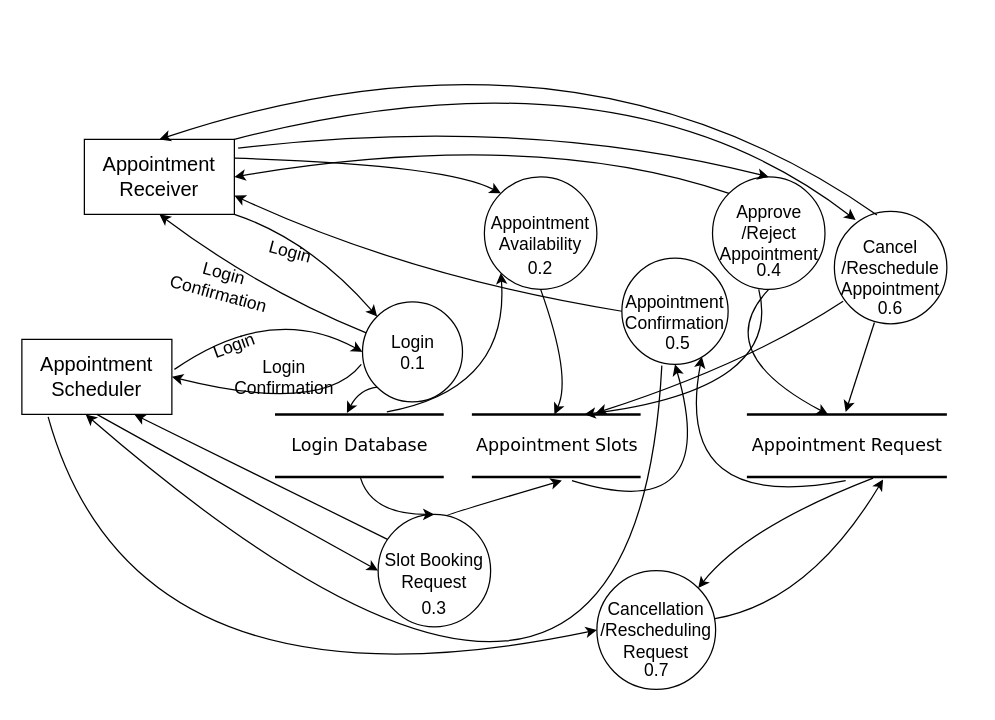
The draw.io diagram DataFlow Diagram (Level-1).drawio in Yash7200/CP-1, before the edit. Source tidied: cells renumbered, new cells numbered last; positions are measured from the earlier drawing's top-left corner, leaving out a move shared by most shapes. Both pictures are drawn from the tidied source at 125%, with x=0, y=0 at pixel (21, 1).
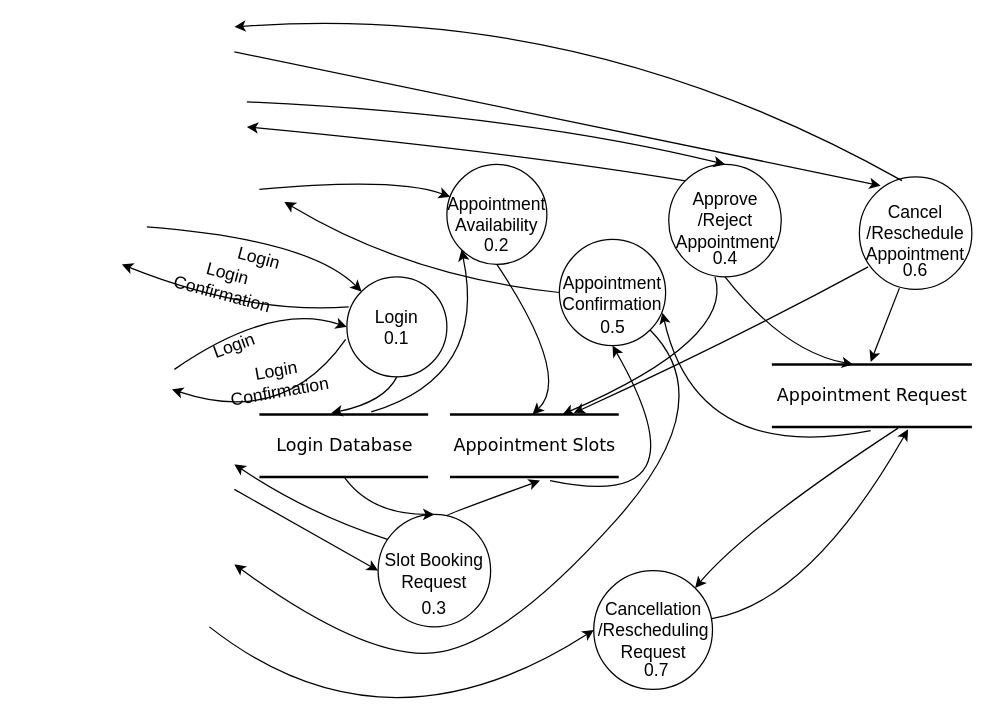
The same page after the edit.

Unchanged cells that the change refers to:
```xml
<mxCell id="20" value="&lt;div&gt;Slot Booking Request&lt;br&gt;&lt;/div&gt;" style="ellipse;whiteSpace=wrap;html=1;fillColor=none;fontSize=14;" parent="1" vertex="1">
  <mxGeometry x="285" y="410" width="90" height="90" as="geometry" />
</mxCell>
```

What changed in the source:
```diff
@@
-    <mxCell id="2" value="Appointment Scheduler" style="rounded=0;whiteSpace=wrap;html=1;fontSize=16;fillColor=none;" parent="1" vertex="1">
-      <mxGeometry y="270" width="120" height="60" as="geometry" />
-    </mxCell>
-    <mxCell id="3" style="curved=1;endArrow=classic;html=1;rounded=0;fontSize=14;exitX=1.017;exitY=0.4;exitDx=0;exitDy=0;entryX=0;entryY=0.5;entryDx=0;entryDy=0;exitPerimeter=0;" parent="1" edge="1" source="2" target="4">
+    <mxCell id="3" style="curved=1;endArrow=classic;html=1;rounded=0;fontSize=14;exitX=1.017;exitY=0.4;exitDx=0;exitDy=0;entryX=0;entryY=0.5;entryDx=0;entryDy=0;exitPerimeter=0;" parent="1" edge="1" target="4">
       <mxGeometry relative="1" as="geometry">
+        <mxPoint x="122" y="294" as="sourcePoint" />
         <Array as="points">
           <mxPoint x="200" y="240" />
         </Array>
       </mxGeometry>
     </mxCell>
     <mxCell id="4" value="&lt;div&gt;Login&lt;/div&gt;&lt;div&gt;0.1&lt;br&gt;&lt;/div&gt;" style="ellipse;whiteSpace=wrap;html=1;fillColor=none;fontSize=14;" parent="1" vertex="1">
-      <mxGeometry x="272.5" y="240" width="80" height="80" as="geometry" />
+      <mxGeometry x="260" y="220" width="80" height="80" as="geometry" />
     </mxCell>
-    <mxCell id="5" style="curved=1;endArrow=classic;html=1;rounded=0;fontSize=14;exitX=-0.012;exitY=0.625;exitDx=0;exitDy=0;entryX=1;entryY=0.5;entryDx=0;entryDy=0;exitPerimeter=0;" parent="1" edge="1" source="4" target="2">
+    <mxCell id="5" style="curved=1;endArrow=classic;html=1;rounded=0;fontSize=14;exitX=-0.012;exitY=0.625;exitDx=0;exitDy=0;exitPerimeter=0;" parent="1" edge="1" source="4">
       <mxGeometry relative="1" as="geometry">
+        <mxPoint x="120" y="310" as="targetPoint" />
         <Array as="points">
-          <mxPoint x="240" y="330" />
+          <mxPoint x="210" y="340" />
         </Array>
       </mxGeometry>
     </mxCell>
     <mxCell id="6" value="Login Database" style="html=1;rounded=0;shadow=0;comic=0;labelBackgroundColor=none;strokeWidth=2;fontFamily=Verdana;fontSize=14;align=center;shape=mxgraph.ios7ui.horLines;fillColor=none;" parent="1" vertex="1">
-      <mxGeometry x="202.5" y="330" width="135" height="50" as="geometry" />
+      <mxGeometry x="190" y="330" width="135" height="50" as="geometry" />
     </mxCell>
-    <mxCell id="7" style="curved=1;endArrow=classic;html=1;rounded=0;fontSize=14;entryX=0.426;entryY=-0.02;entryDx=0;entryDy=0;entryPerimeter=0;exitX=0;exitY=1;exitDx=0;exitDy=0;" parent="1" edge="1" source="4" target="6">
+    <mxCell id="7" style="curved=1;endArrow=classic;html=1;rounded=0;fontSize=14;entryX=0.426;entryY=-0.02;entryDx=0;entryDy=0;entryPerimeter=0;exitX=0.5;exitY=1;exitDx=0;exitDy=0;" parent="1" edge="1" source="4" target="6">
       <mxGeometry relative="1" as="geometry">
         <Array as="points">
-          <mxPoint x="270" y="310" />
+          <mxPoint x="290" y="320" />
         </Array>
       </mxGeometry>
     </mxCell>
-    <mxCell id="8" style="curved=1;endArrow=classic;html=1;rounded=0;fontSize=14;exitX=1;exitY=0.25;exitDx=0;exitDy=0;entryX=0;entryY=0;entryDx=0;entryDy=0;" parent="1" edge="1" source="11" target="15">
+    <mxCell id="8" style="curved=1;endArrow=classic;html=1;rounded=0;fontSize=14;" parent="1" edge="1" target="15">
       <mxGeometry relative="1" as="geometry">
+        <mxPoint x="190" y="150" as="sourcePoint" />
         <Array as="points">
-          <mxPoint x="340" y="130" />
+          <mxPoint x="300" y="140" />
         </Array>
       </mxGeometry>
     </mxCell>
@@
-    <mxCell id="10" value="Login Confirmation" style="text;html=1;strokeColor=none;fillColor=none;align=center;verticalAlign=middle;whiteSpace=wrap;rounded=0;fontSize=14;rotation=0;" parent="1" vertex="1">
-      <mxGeometry x="170" y="285" width="80" height="30" as="geometry" />
+    <mxCell id="10" value="Login Confirmation" style="text;html=1;strokeColor=none;fillColor=none;align=center;verticalAlign=middle;whiteSpace=wrap;rounded=0;fontSize=14;rotation=-10;" parent="1" vertex="1">
+      <mxGeometry x="165" y="287.5" width="80" height="30" as="geometry" />
     </mxCell>
-    <mxCell id="11" value="Appointment Receiver" style="rounded=0;whiteSpace=wrap;html=1;fontSize=16;fillColor=none;" parent="1" vertex="1">
-      <mxGeometry x="50" y="110" width="120" height="60" as="geometry" />
-    </mxCell>
-    <mxCell id="12" style="curved=1;endArrow=classic;html=1;rounded=0;fontSize=14;exitX=1;exitY=1;exitDx=0;exitDy=0;entryX=0;entryY=0;entryDx=0;entryDy=0;" parent="1" edge="1" source="11" target="4">
+    <mxCell id="12" style="curved=1;endArrow=classic;html=1;rounded=0;fontSize=14;entryX=0;entryY=0;entryDx=0;entryDy=0;" parent="1" edge="1" target="4">
       <mxGeometry relative="1" as="geometry">
+        <mxPoint x="100" y="180" as="sourcePoint" />
         <Array as="points">
           <mxPoint x="230" y="190" />
         </Array>
       </mxGeometry>
     </mxCell>
-    <mxCell id="13" style="curved=1;endArrow=classic;html=1;rounded=0;fontSize=14;entryX=0.5;entryY=1;entryDx=0;entryDy=0;" parent="1" edge="1" source="4" target="11">
+    <mxCell id="13" style="curved=1;endArrow=classic;html=1;rounded=0;fontSize=14;exitX=0.019;exitY=0.3;exitDx=0;exitDy=0;exitPerimeter=0;" parent="1" edge="1" source="4">
       <mxGeometry relative="1" as="geometry">
+        <mxPoint x="80" y="210" as="targetPoint" />
         <Array as="points">
-          <mxPoint x="190" y="230" />
+          <mxPoint x="180" y="250" />
         </Array>
       </mxGeometry>
     </mxCell>
     <mxCell id="14" value="Appointment Slots" style="html=1;rounded=0;shadow=0;comic=0;labelBackgroundColor=none;strokeWidth=2;fontFamily=Verdana;fontSize=14;align=center;shape=mxgraph.ios7ui.horLines;fillColor=none;" parent="1" vertex="1">
-      <mxGeometry x="360" y="330" width="135" height="50" as="geometry" />
+      <mxGeometry x="342.5" y="330" width="135" height="50" as="geometry" />
     </mxCell>
     <mxCell id="15" value="&lt;div&gt;Appointment&lt;/div&gt;&lt;div&gt;Availability&lt;br&gt;&lt;/div&gt;" style="ellipse;whiteSpace=wrap;html=1;fillColor=none;fontSize=14;" parent="1" vertex="1">
-      <mxGeometry x="370" y="140" width="90" height="90" as="geometry" />
+      <mxGeometry x="340" y="130" width="80" height="80" as="geometry" />
     </mxCell>
     <mxCell id="16" value="Login" style="text;html=1;strokeColor=none;fillColor=none;align=center;verticalAlign=middle;whiteSpace=wrap;rounded=0;fontSize=14;rotation=15;" parent="1" vertex="1">
-      <mxGeometry x="185" y="185" width="60" height="30" as="geometry" />
+      <mxGeometry x="160" y="190" width="60" height="30" as="geometry" />
     </mxCell>
     <mxCell id="17" value="Login Confirmation" style="text;html=1;strokeColor=none;fillColor=none;align=center;verticalAlign=middle;whiteSpace=wrap;rounded=0;fontSize=14;rotation=15;" parent="1" vertex="1">
-      <mxGeometry x="120" y="210" width="80" height="30" as="geometry" />
+      <mxGeometry x="122.5" y="210" width="80" height="30" as="geometry" />
     </mxCell>
     <mxCell id="18" value="0.2" style="text;html=1;strokeColor=none;fillColor=none;align=center;verticalAlign=middle;whiteSpace=wrap;rounded=0;fontSize=14;" parent="1" vertex="1">
-      <mxGeometry x="385" y="197.5" width="60" height="30" as="geometry" />
+      <mxGeometry x="350" y="180" width="60" height="30" as="geometry" />
     </mxCell>
@@
-    <mxCell id="22" style="curved=1;endArrow=classic;html=1;rounded=0;fontSize=14;exitX=0.5;exitY=1;exitDx=0;exitDy=0;entryX=0;entryY=0.5;entryDx=0;entryDy=0;" parent="1" edge="1" source="2" target="20">
-      <mxGeometry relative="1" as="geometry" />
+    <mxCell id="22" style="curved=1;endArrow=classic;html=1;rounded=0;fontSize=14;entryX=0;entryY=0.5;entryDx=0;entryDy=0;" parent="1" edge="1" target="20">
+      <mxGeometry relative="1" as="geometry">
+        <mxPoint x="170" y="390" as="sourcePoint" />
+      </mxGeometry>
     </mxCell>
@@
     <mxCell id="24" value="Appointment Request" style="html=1;rounded=0;shadow=0;comic=0;labelBackgroundColor=none;strokeWidth=2;fontFamily=Verdana;fontSize=14;align=center;shape=mxgraph.ios7ui.horLines;fillColor=none;" parent="1" vertex="1">
-      <mxGeometry x="580" y="330" width="160" height="50" as="geometry" />
+      <mxGeometry x="600" y="290" width="160" height="50" as="geometry" />
     </mxCell>
     <mxCell id="25" value="&lt;div&gt;Approve&lt;/div&gt;&lt;div&gt;/Reject&lt;br&gt;&lt;/div&gt;&lt;div&gt;Appointment&lt;/div&gt;" style="ellipse;whiteSpace=wrap;html=1;fillColor=none;fontSize=14;" parent="1" vertex="1">
-      <mxGeometry x="552.5" y="140" width="90" height="90" as="geometry" />
+      <mxGeometry x="517.5" y="130" width="90" height="90" as="geometry" />
     </mxCell>
-    <mxCell id="26" style="curved=1;endArrow=classic;html=1;rounded=0;fontSize=14;exitX=1.025;exitY=0.117;exitDx=0;exitDy=0;entryX=0.5;entryY=0;entryDx=0;entryDy=0;exitPerimeter=0;" parent="1" edge="1" source="11" target="25">
+    <mxCell id="26" style="curved=1;endArrow=classic;html=1;rounded=0;fontSize=14;entryX=0.5;entryY=0;entryDx=0;entryDy=0;" parent="1" edge="1" target="25">
       <mxGeometry relative="1" as="geometry">
+        <mxPoint x="180" y="80" as="sourcePoint" />
         <Array as="points">
           <mxPoint x="400" y="90" />
         </Array>
       </mxGeometry>
     </mxCell>
     <mxCell id="27" value="0.4" style="text;html=1;strokeColor=none;fillColor=none;align=center;verticalAlign=middle;whiteSpace=wrap;rounded=0;fontSize=14;" parent="1" vertex="1">
-      <mxGeometry x="567.5" y="200" width="60" height="30" as="geometry" />
+      <mxGeometry x="532.5" y="190" width="60" height="30" as="geometry" />
     </mxCell>
     <mxCell id="28" style="curved=1;endArrow=classic;html=1;rounded=0;fontSize=14;exitX=0.5;exitY=1;exitDx=0;exitDy=0;entryX=0.406;entryY=0;entryDx=0;entryDy=0;entryPerimeter=0;" parent="1" edge="1" source="25" target="24">
       <mxGeometry relative="1" as="geometry">
         <Array as="points">
-          <mxPoint x="550" y="280" />
+          <mxPoint x="610" y="280" />
         </Array>
       </mxGeometry>
     </mxCell>
     <mxCell id="29" style="curved=1;endArrow=classic;html=1;rounded=0;fontSize=14;entryX=0.667;entryY=0;entryDx=0;entryDy=0;entryPerimeter=0;exitX=0.411;exitY=1;exitDx=0;exitDy=0;exitPerimeter=0;" parent="1" edge="1" source="25" target="14">
       <mxGeometry relative="1" as="geometry">
         <Array as="points">
-          <mxPoint x="610" y="310" />
+          <mxPoint x="570" y="270" />
         </Array>
       </mxGeometry>
     </mxCell>
     <mxCell id="30" value="&lt;div&gt;Appointment&lt;/div&gt;&lt;div&gt;Confirmation&lt;br&gt;&lt;/div&gt;" style="ellipse;whiteSpace=wrap;html=1;fillColor=none;fontSize=14;" parent="1" vertex="1">
-      <mxGeometry x="480" y="205" width="85" height="85" as="geometry" />
+      <mxGeometry x="430" y="190" width="85" height="85" as="geometry" />
     </mxCell>
-    <mxCell id="31" style="curved=1;endArrow=classic;html=1;rounded=0;fontSize=14;exitX=0.494;exitY=1.06;exitDx=0;exitDy=0;exitPerimeter=0;entryX=0.753;entryY=0.929;entryDx=0;entryDy=0;entryPerimeter=0;" parent="1" edge="1" source="24" target="30">
+    <mxCell id="31" style="curved=1;endArrow=classic;html=1;rounded=0;fontSize=14;exitX=0.494;exitY=1.06;exitDx=0;exitDy=0;exitPerimeter=0;entryX=0.97;entryY=0.69;entryDx=0;entryDy=0;entryPerimeter=0;" parent="1" edge="1" source="24" target="30">
       <mxGeometry relative="1" as="geometry">
         <Array as="points">
-          <mxPoint x="520" y="410" />
+          <mxPoint x="540" y="370" />
         </Array>
       </mxGeometry>
     </mxCell>
     <mxCell id="32" style="curved=1;endArrow=classic;html=1;rounded=0;fontSize=14;entryX=0.5;entryY=1;entryDx=0;entryDy=0;exitX=0.593;exitY=1.06;exitDx=0;exitDy=0;exitPerimeter=0;" parent="1" edge="1" source="14" target="30">
       <mxGeometry relative="1" as="geometry">
         <Array as="points">
-          <mxPoint x="560" y="420" />
+          <mxPoint x="550" y="410" />
         </Array>
       </mxGeometry>
     </mxCell>
     <mxCell id="33" value="0.5" style="text;html=1;strokeColor=none;fillColor=none;align=center;verticalAlign=middle;whiteSpace=wrap;rounded=0;fontSize=14;" parent="1" vertex="1">
-      <mxGeometry x="495" y="257.5" width="60" height="30" as="geometry" />
+      <mxGeometry x="442.5" y="245" width="60" height="30" as="geometry" />
     </mxCell>
     <mxCell id="34" value="&lt;div&gt;Cancel&lt;/div&gt;&lt;div&gt;/Reschedule&lt;br&gt;&lt;/div&gt;&lt;div&gt;Appointment&lt;/div&gt;" style="ellipse;whiteSpace=wrap;html=1;fillColor=none;fontSize=14;" parent="1" vertex="1">
-      <mxGeometry x="650" y="167.5" width="90" height="90" as="geometry" />
+      <mxGeometry x="670" y="140" width="90" height="90" as="geometry" />
     </mxCell>
@@
     <mxCell id="36" style="curved=1;endArrow=classic;html=1;rounded=0;fontSize=14;entryX=0.733;entryY=-0.02;entryDx=0;entryDy=0;entryPerimeter=0;exitX=0.078;exitY=0.8;exitDx=0;exitDy=0;exitPerimeter=0;" parent="1" edge="1" source="34" target="14">
       <mxGeometry relative="1" as="geometry">
         <Array as="points">
-          <mxPoint x="580" y="290" />
+          <mxPoint x="570" y="270" />
         </Array>
       </mxGeometry>
     </mxCell>
@@
     <mxCell id="38" value="&lt;div&gt;Cancellation&lt;/div&gt;&lt;div&gt;/Rescheduling Request&lt;/div&gt;" style="ellipse;whiteSpace=wrap;html=1;fillColor=none;fontSize=14;" parent="1" vertex="1">
-      <mxGeometry x="460" y="455" width="95" height="95" as="geometry" />
+      <mxGeometry x="457.5" y="455" width="95" height="95" as="geometry" />
     </mxCell>
-    <mxCell id="39" style="curved=1;endArrow=classic;html=1;rounded=0;fontSize=14;exitX=0.175;exitY=1.033;exitDx=0;exitDy=0;entryX=0;entryY=0.5;entryDx=0;entryDy=0;exitPerimeter=0;" parent="1" edge="1" source="2" target="38">
+    <mxCell id="39" style="curved=1;endArrow=classic;html=1;rounded=0;fontSize=14;entryX=0;entryY=0.5;entryDx=0;entryDy=0;" parent="1" edge="1" target="38">
       <mxGeometry relative="1" as="geometry">
+        <mxPoint x="150" y="500" as="sourcePoint" />
         <Array as="points">
-          <mxPoint x="90" y="580" />
+          <mxPoint x="290" y="610" />
         </Array>
       </mxGeometry>
     </mxCell>
@@
     <mxCell id="41" value="0.6" style="text;html=1;strokeColor=none;fillColor=none;align=center;verticalAlign=middle;whiteSpace=wrap;rounded=0;fontSize=14;" parent="1" vertex="1">
-      <mxGeometry x="665" y="230" width="60" height="30" as="geometry" />
+      <mxGeometry x="685" y="200" width="60" height="30" as="geometry" />
     </mxCell>
-    <mxCell id="42" style="curved=1;endArrow=classic;html=1;rounded=0;fontSize=14;exitX=1;exitY=0;exitDx=0;exitDy=0;entryX=0.189;entryY=0.078;entryDx=0;entryDy=0;entryPerimeter=0;" parent="1" edge="1" source="11" target="34">
+    <mxCell id="42" style="curved=1;endArrow=classic;html=1;rounded=0;fontSize=14;entryX=0.189;entryY=0.078;entryDx=0;entryDy=0;entryPerimeter=0;" parent="1" edge="1" target="34">
       <mxGeometry relative="1" as="geometry">
-        <Array as="points">
-          <mxPoint x="480" y="30" />
-        </Array>
+        <mxPoint x="170" y="40" as="sourcePoint" />
       </mxGeometry>
     </mxCell>
     <mxCell id="43" style="curved=1;endArrow=classic;html=1;rounded=0;fontSize=14;entryX=0;entryY=1;entryDx=0;entryDy=0;exitX=0.663;exitY=-0.04;exitDx=0;exitDy=0;exitPerimeter=0;" parent="1" edge="1" source="6" target="15">
       <mxGeometry relative="1" as="geometry">
         <Array as="points">
-          <mxPoint x="390" y="310" />
+          <mxPoint x="373" y="300" />
         </Array>
       </mxGeometry>
     </mxCell>
@@
-    <mxCell id="45" style="curved=1;endArrow=classic;html=1;rounded=0;fontSize=14;entryX=0.75;entryY=1;entryDx=0;entryDy=0;exitX=0.083;exitY=0.222;exitDx=0;exitDy=0;exitPerimeter=0;" parent="1" edge="1" source="20" target="2">
+    <mxCell id="45" style="curved=1;endArrow=classic;html=1;rounded=0;fontSize=14;exitX=0.083;exitY=0.222;exitDx=0;exitDy=0;exitPerimeter=0;" parent="1" edge="1" source="20">
       <mxGeometry relative="1" as="geometry">
+        <mxPoint x="170" y="370" as="targetPoint" />
         <Array as="points">
-          <mxPoint x="150" y="360" />
+          <mxPoint x="230" y="410" />
         </Array>
       </mxGeometry>
     </mxCell>
-    <mxCell id="46" style="curved=1;endArrow=classic;html=1;rounded=0;fontSize=14;exitX=0.378;exitY=0.033;exitDx=0;exitDy=0;entryX=0.5;entryY=0;entryDx=0;entryDy=0;exitPerimeter=0;" parent="1" edge="1" source="34" target="11">
+    <mxCell id="46" style="curved=1;endArrow=classic;html=1;rounded=0;fontSize=14;exitX=0.378;exitY=0.033;exitDx=0;exitDy=0;exitPerimeter=0;" parent="1" edge="1" source="34">
       <mxGeometry relative="1" as="geometry">
+        <mxPoint x="170" y="20" as="targetPoint" />
         <Array as="points">
-          <mxPoint x="440" />
+          <mxPoint x="450" />
         </Array>
       </mxGeometry>
     </mxCell>
-    <mxCell id="47" style="curved=1;endArrow=classic;html=1;rounded=0;fontSize=14;entryX=1;entryY=0.75;entryDx=0;entryDy=0;exitX=0;exitY=0.5;exitDx=0;exitDy=0;" parent="1" edge="1" source="30" target="11">
+    <mxCell id="47" style="curved=1;endArrow=classic;html=1;rounded=0;fontSize=14;exitX=0;exitY=0.5;exitDx=0;exitDy=0;" parent="1" edge="1" source="30">
       <mxGeometry relative="1" as="geometry">
+        <mxPoint x="210" y="160" as="targetPoint" />
         <Array as="points">
           <mxPoint x="310" y="220" />
         </Array>
       </mxGeometry>
     </mxCell>
-    <mxCell id="48" style="curved=1;endArrow=classic;html=1;rounded=0;fontSize=14;exitX=0;exitY=0;exitDx=0;exitDy=0;entryX=1;entryY=0.5;entryDx=0;entryDy=0;" parent="1" edge="1" source="25" target="11">
+    <mxCell id="48" style="curved=1;endArrow=classic;html=1;rounded=0;fontSize=14;exitX=0;exitY=0;exitDx=0;exitDy=0;" parent="1" edge="1" source="25">
       <mxGeometry relative="1" as="geometry">
+        <mxPoint x="180" y="100" as="targetPoint" />
         <Array as="points">
-          <mxPoint x="410" y="100" />
+          <mxPoint x="390" y="120" />
         </Array>
       </mxGeometry>
     </mxCell>
-    <mxCell id="49" style="curved=1;endArrow=classic;html=1;rounded=0;fontSize=14;entryX=0.425;entryY=1;entryDx=0;entryDy=0;entryPerimeter=0;exitX=0.376;exitY=1.012;exitDx=0;exitDy=0;exitPerimeter=0;" parent="1" edge="1" source="30" target="2">
+    <mxCell id="49" style="curved=1;endArrow=classic;html=1;rounded=0;fontSize=14;exitX=1;exitY=1;exitDx=0;exitDy=0;" parent="1" edge="1" source="30">
       <mxGeometry relative="1" as="geometry">
+        <mxPoint x="170" y="450" as="targetPoint" />
         <Array as="points">
-          <mxPoint x="490" y="710" />
+          <mxPoint x="560" y="320" />
+          <mxPoint x="390" y="510" />
+          <mxPoint x="280" y="530" />
         </Array>
       </mxGeometry>
     </mxCell>
```
